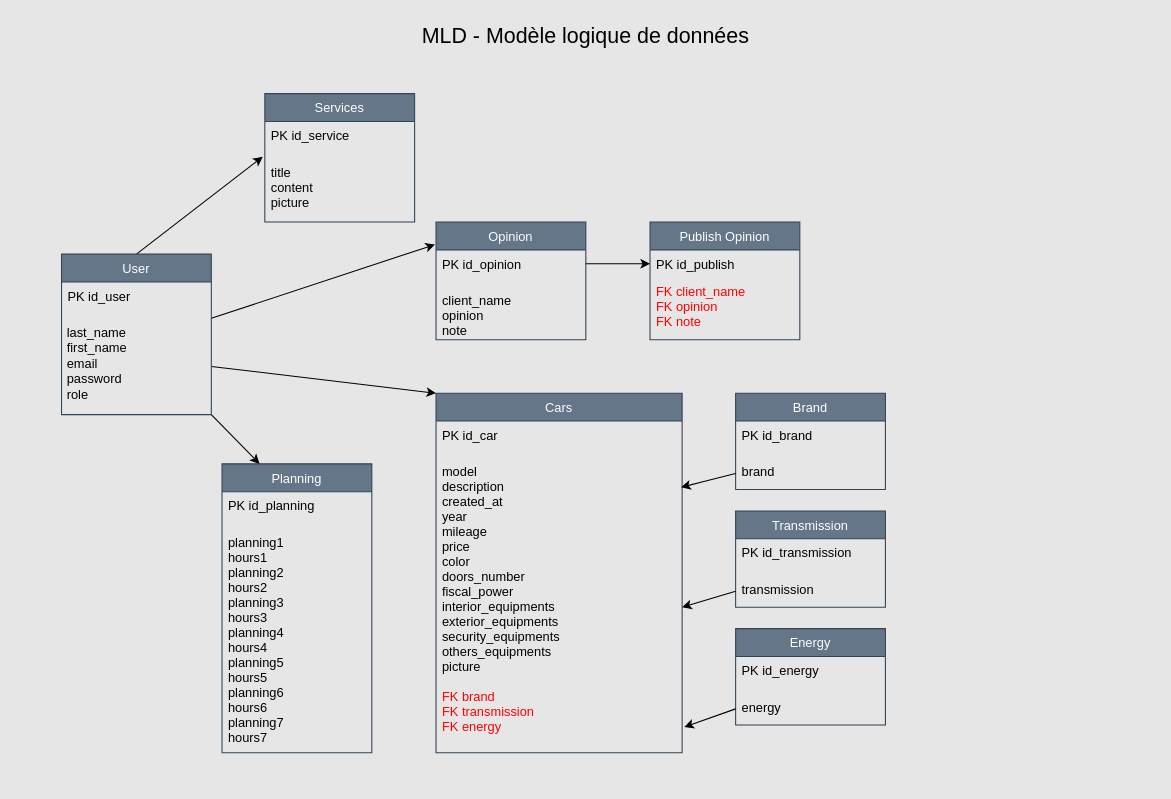
This is Diagrammes/MLD.drawio from Neeruam244/garageparrot, a draw.io file, before an edit. Source tidied: cells renumbered, new cells numbered last; positions are measured from the earlier drawing's top-left corner, leaving out a move shared by most shapes. Both pictures are drawn from the tidied source at 107%, with x=0, y=0 at pixel (18, 18).
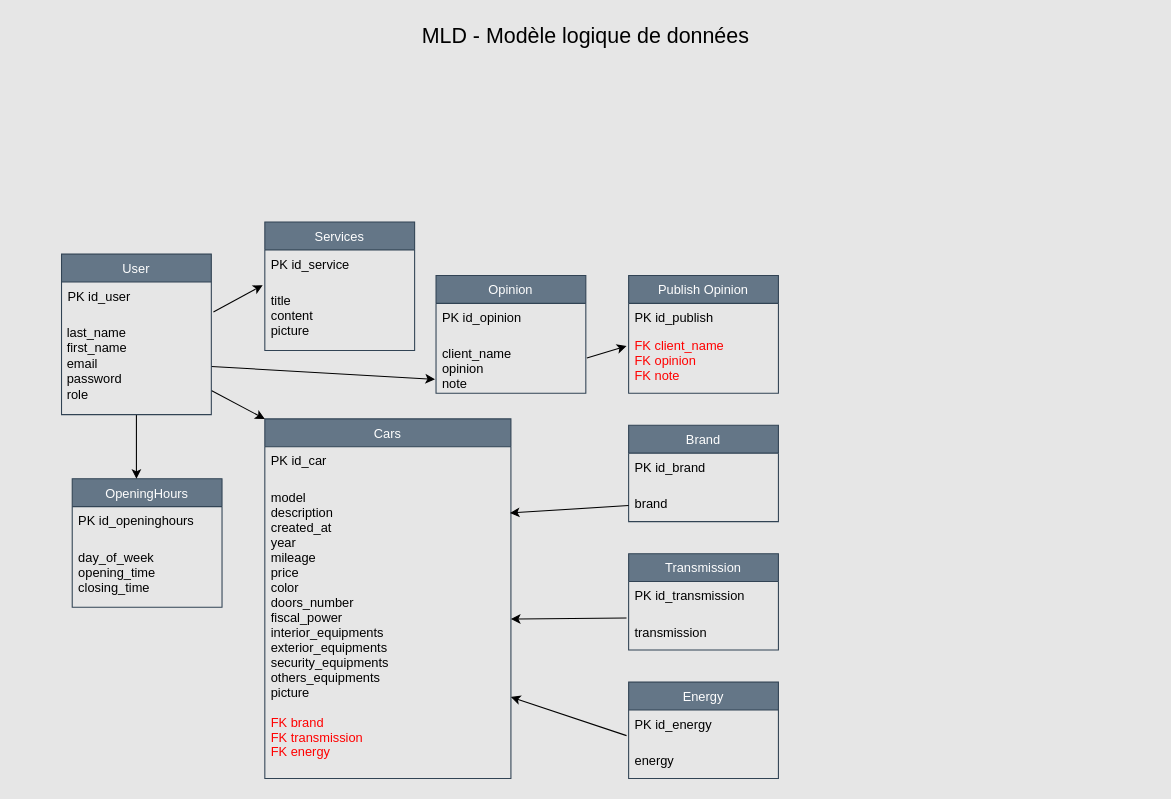
Above is the later version.

The change refers to these unchanged cells:
```xml
<mxCell id="4" value="title&#10;content &#10;picture " style="text;strokeColor=none;fillColor=none;align=left;verticalAlign=top;spacingLeft=4;spacingRight=4;overflow=hidden;points=[[0,0.5],[1,0.5]];portConstraint=eastwest;fontColor=#000000;" parent="2" vertex="1">
  <mxGeometry y="60" width="140" height="60" as="geometry" />
</mxCell>
<mxCell id="10" value="client_name &#10;opinion&#10;note" style="text;strokeColor=none;fillColor=none;align=left;verticalAlign=top;spacingLeft=4;spacingRight=4;overflow=hidden;points=[[0,0.5],[1,0.5]];portConstraint=eastwest;fontColor=#000000;" parent="8" vertex="1">
  <mxGeometry y="60" width="140" height="50" as="geometry" />
</mxCell>
<mxCell id="13" value="model&#10;description&#10;created_at&#10;year&#10;mileage&#10;price&#10;color&#10;doors_number&#10;fiscal_power&#10;interior_equipments&#10;exterior_equipments&#10;security_equipments&#10;others_equipments&#10;picture" style="text;strokeColor=none;fillColor=none;align=left;verticalAlign=top;spacingLeft=4;spacingRight=4;overflow=hidden;points=[[0,0.5],[1,0.5]];portConstraint=eastwest;fontColor=#000000;" parent="11" vertex="1">
  <mxGeometry y="60" width="230" height="210" as="geometry" />
</mxCell>
<mxCell id="14" value="FK brand &#10;FK transmission&#10;FK energy" style="text;strokeColor=none;fillColor=none;align=left;verticalAlign=top;spacingLeft=4;spacingRight=4;overflow=hidden;points=[[0,0.5],[1,0.5]];portConstraint=eastwest;fontColor=#FF0000;" parent="11" vertex="1">
  <mxGeometry y="270" width="230" height="66" as="geometry" />
</mxCell>
<mxCell id="16" value="PK id_publish" style="text;strokeColor=none;fillColor=none;align=left;verticalAlign=top;spacingLeft=4;spacingRight=4;overflow=hidden;points=[[0,0.5],[1,0.5]];portConstraint=eastwest;fontColor=#000000;" parent="15" vertex="1">
  <mxGeometry y="26" width="140" height="26" as="geometry" />
</mxCell>
<mxCell id="17" value="FK client_name&#10;FK opinion&#10;FK note " style="text;strokeColor=none;fillColor=none;align=left;verticalAlign=top;spacingLeft=4;spacingRight=4;overflow=hidden;points=[[0,0.5],[1,0.5]];portConstraint=eastwest;fontColor=#FF0000;" parent="15" vertex="1">
  <mxGeometry y="52" width="140" height="58" as="geometry" />
</mxCell>
<mxCell id="24" value="User" style="swimlane;fontStyle=0;horizontal=1;startSize=26;fillColor=#647687;fontColor=#ffffff;strokeColor=#314354;" parent="1" vertex="1">
  <mxGeometry x="40" y="220" width="140" height="150" as="geometry" />
</mxCell>
<mxCell id="25" value="PK id_user " style="text;strokeColor=none;fillColor=none;align=left;verticalAlign=top;spacingLeft=4;spacingRight=4;overflow=hidden;points=[[0,0.5],[1,0.5]];portConstraint=eastwest;fontColor=#000000;" parent="24" vertex="1">
  <mxGeometry y="26" width="140" height="34" as="geometry" />
</mxCell>
<mxCell id="26" value="&lt;span style=&quot;color: rgb(0, 0, 0); font-family: Helvetica; font-size: 12px; font-style: normal; font-variant-ligatures: normal; font-variant-caps: normal; font-weight: 400; letter-spacing: normal; orphans: 2; text-align: left; text-indent: 0px; text-transform: none; widows: 2; word-spacing: 0px; -webkit-text-stroke-width: 0px; text-decoration-thickness: initial; text-decoration-style: initial; text-decoration-color: initial; float: none; display: inline !important;&quot;&gt;&amp;nbsp;last_name&lt;/span&gt;&lt;br style=&quot;border-color: rgb(0, 0, 0); padding: 0px; margin: 0px; color: rgb(0, 0, 0); font-family: Helvetica; font-size: 12px; font-style: normal; font-variant-ligatures: normal; font-variant-caps: normal; font-weight: 400; letter-spacing: normal; orphans: 2; text-align: left; text-indent: 0px; text-transform: none; widows: 2; word-spacing: 0px; -webkit-text-stroke-width: 0px; text-decoration-thickness: initial; text-decoration-style: initial; text-decoration-color: initial;&quot;&gt;&lt;span style=&quot;color: rgb(0, 0, 0); font-family: Helvetica; font-size: 12px; font-style: normal; font-variant-ligatures: normal; font-variant-caps: normal; font-weight: 400; letter-spacing: normal; orphans: 2; text-align: left; text-indent: 0px; text-transform: none; widows: 2; word-spacing: 0px; -webkit-text-stroke-width: 0px; text-decoration-thickness: initial; text-decoration-style: initial; text-decoration-color: initial; float: none; display: inline !important;&quot;&gt;&amp;nbsp;first_name&lt;/span&gt;&lt;br style=&quot;border-color: rgb(0, 0, 0); padding: 0px; margin: 0px; color: rgb(0, 0, 0); font-family: Helvetica; font-size: 12px; font-style: normal; font-variant-ligatures: normal; font-variant-caps: normal; font-weight: 400; letter-spacing: normal; orphans: 2; text-align: left; text-indent: 0px; text-transform: none; widows: 2; word-spacing: 0px; -webkit-text-stroke-width: 0px; text-decoration-thickness: initial; text-decoration-style: initial; text-decoration-color: initial;&quot;&gt;&lt;span style=&quot;color: rgb(0, 0, 0); font-family: Helvetica; font-size: 12px; font-style: normal; font-variant-ligatures: normal; font-variant-caps: normal; font-weight: 400; letter-spacing: normal; orphans: 2; text-align: left; text-indent: 0px; text-transform: none; widows: 2; word-spacing: 0px; -webkit-text-stroke-width: 0px; text-decoration-thickness: initial; text-decoration-style: initial; text-decoration-color: initial; float: none; display: inline !important;&quot;&gt;&amp;nbsp;email&amp;nbsp;&lt;/span&gt;&lt;br style=&quot;border-color: rgb(0, 0, 0); padding: 0px; margin: 0px; color: rgb(0, 0, 0); font-family: Helvetica; font-size: 12px; font-style: normal; font-variant-ligatures: normal; font-variant-caps: normal; font-weight: 400; letter-spacing: normal; orphans: 2; text-align: left; text-indent: 0px; text-transform: none; widows: 2; word-spacing: 0px; -webkit-text-stroke-width: 0px; text-decoration-thickness: initial; text-decoration-style: initial; text-decoration-color: initial;&quot;&gt;&lt;span style=&quot;color: rgb(0, 0, 0); font-family: Helvetica; font-size: 12px; font-style: normal; font-variant-ligatures: normal; font-variant-caps: normal; font-weight: 400; letter-spacing: normal; orphans: 2; text-align: left; text-indent: 0px; text-transform: none; widows: 2; word-spacing: 0px; -webkit-text-stroke-width: 0px; text-decoration-thickness: initial; text-decoration-style: initial; text-decoration-color: initial; float: none; display: inline !important;&quot;&gt;&amp;nbsp;password&amp;nbsp;&lt;/span&gt;&lt;br style=&quot;border-color: rgb(0, 0, 0); padding: 0px; margin: 0px; color: rgb(0, 0, 0); font-family: Helvetica; font-size: 12px; font-style: normal; font-variant-ligatures: normal; font-variant-caps: normal; font-weight: 400; letter-spacing: normal; orphans: 2; text-align: left; text-indent: 0px; text-transform: none; widows: 2; word-spacing: 0px; -webkit-text-stroke-width: 0px; text-decoration-thickness: initial; text-decoration-style: initial; text-decoration-color: initial;&quot;&gt;&lt;span style=&quot;color: rgb(0, 0, 0); font-family: Helvetica; font-size: 12px; font-style: normal; font-variant-ligatures: normal; font-variant-caps: normal; font-weight: 400; letter-spacing: normal; orphans: 2; text-align: left; text-indent: 0px; text-transform: none; widows: 2; word-spacing: 0px; -webkit-text-stroke-width: 0px; text-decoration-thickness: initial; text-decoration-style: initial; text-decoration-color: initial; float: none; display: inline !important;&quot;&gt;&amp;nbsp;role&amp;nbsp;&lt;/span&gt;" style="text;whiteSpace=wrap;html=1;" parent="24" vertex="1">
  <mxGeometry y="60" width="140" height="90" as="geometry" />
</mxCell>
<mxCell id="29" value="brand" style="text;strokeColor=none;fillColor=none;align=left;verticalAlign=top;spacingLeft=4;spacingRight=4;overflow=hidden;points=[[0,0.5],[1,0.5]];portConstraint=eastwest;fontColor=#000000;" parent="27" vertex="1">
  <mxGeometry y="60" width="140" height="30" as="geometry" />
</mxCell>
<mxCell id="32" value="transmission" style="text;strokeColor=none;fillColor=none;align=left;verticalAlign=top;spacingLeft=4;spacingRight=4;overflow=hidden;points=[[0,0.5],[1,0.5]];portConstraint=eastwest;fontColor=#000000;" parent="30" vertex="1">
  <mxGeometry y="60" width="140" height="30" as="geometry" />
</mxCell>
<mxCell id="34" value="PK id_energy" style="text;strokeColor=none;fillColor=none;align=left;verticalAlign=top;spacingLeft=4;spacingRight=4;overflow=hidden;points=[[0,0.5],[1,0.5]];portConstraint=eastwest;fontColor=#000000;" parent="33" vertex="1">
  <mxGeometry y="26" width="140" height="34" as="geometry" />
</mxCell>
<mxCell id="35" value="energy" style="text;strokeColor=none;fillColor=none;align=left;verticalAlign=top;spacingLeft=4;spacingRight=4;overflow=hidden;points=[[0,0.5],[1,0.5]];portConstraint=eastwest;fontColor=#000000;" parent="33" vertex="1">
  <mxGeometry y="60" width="140" height="30" as="geometry" />
</mxCell>
```

What changed in the source:
```diff
@@
     <mxCell id="2" value="Services" style="swimlane;fontStyle=0;horizontal=1;startSize=26;fillColor=#647687;fontColor=#ffffff;strokeColor=#314354;" parent="1" vertex="1">
-      <mxGeometry x="230" y="70" width="140" height="120" as="geometry" />
+      <mxGeometry x="230" y="190" width="140" height="120" as="geometry" />
     </mxCell>
@@
-    <mxCell id="5" value="Planning" style="swimlane;fontStyle=0;horizontal=1;startSize=26;fillColor=#647687;fontColor=#ffffff;strokeColor=#314354;" parent="1" vertex="1">
-      <mxGeometry x="190" y="416" width="140" height="270" as="geometry" />
+    <mxCell id="5" value="OpeningHours" style="swimlane;fontStyle=0;horizontal=1;startSize=26;fillColor=#647687;fontColor=#ffffff;strokeColor=#314354;" parent="1" vertex="1">
+      <mxGeometry x="50" y="430" width="140" height="120" as="geometry" />
     </mxCell>
-    <mxCell id="6" value="PK id_planning " style="text;strokeColor=none;fillColor=none;align=left;verticalAlign=top;spacingLeft=4;spacingRight=4;overflow=hidden;fontColor=#000000;" parent="5" vertex="1">
+    <mxCell id="6" value="PK id_openinghours" style="text;strokeColor=none;fillColor=none;align=left;verticalAlign=top;spacingLeft=4;spacingRight=4;overflow=hidden;fontColor=#000000;" parent="5" vertex="1">
       <mxGeometry y="26" width="140" height="34" as="geometry" />
     </mxCell>
-    <mxCell id="7" value="planning1 &#10;hours1 &#10;planning2 &#10;hours2 &#10;planning3 &#10;hours3&#10;planning4 &#10;hours4 &#10;planning5 &#10;hours5 &#10;planning6 &#10;hours6&#10;planning7 &#10;hours7 " style="text;strokeColor=none;fillColor=none;align=left;verticalAlign=top;spacingLeft=4;spacingRight=4;overflow=hidden;fontColor=#000000;" parent="5" vertex="1">
-      <mxGeometry y="60" width="140" height="210" as="geometry" />
+    <mxCell id="7" value="day_of_week&#10;opening_time&#10;closing_time" style="text;strokeColor=none;fillColor=none;align=left;verticalAlign=top;spacingLeft=4;spacingRight=4;overflow=hidden;fontColor=#000000;" parent="5" vertex="1">
+      <mxGeometry y="60" width="140" height="60" as="geometry" />
     </mxCell>
     <mxCell id="8" value="Opinion" style="swimlane;fontStyle=0;horizontal=1;startSize=26;fillColor=#647687;fontColor=#ffffff;strokeColor=#314354;" parent="1" vertex="1">
-      <mxGeometry x="390" y="190" width="140" height="110" as="geometry" />
+      <mxGeometry x="390" y="240" width="140" height="110" as="geometry" />
     </mxCell>
@@
     <mxCell id="11" value="Cars" style="swimlane;fontStyle=0;horizontal=1;startSize=26;fillColor=#647687;fontColor=#ffffff;strokeColor=#314354;" parent="1" vertex="1">
-      <mxGeometry x="390" y="350" width="230" height="336" as="geometry" />
+      <mxGeometry x="230" y="374" width="230" height="336" as="geometry" />
     </mxCell>
@@
     <mxCell id="15" value="Publish Opinion" style="swimlane;fontStyle=0;horizontal=1;startSize=26;fillColor=#647687;fontColor=#ffffff;strokeColor=#314354;" parent="1" vertex="1">
-      <mxGeometry x="590" y="190" width="140" height="110" as="geometry" />
+      <mxGeometry x="570" y="240" width="140" height="110" as="geometry" />
     </mxCell>
@@
-    <mxCell id="18" style="endArrow=classic;html=1;fontColor=#FF0000;entryX=-0.014;entryY=-0.017;entryDx=0;entryDy=0;entryPerimeter=0;strokeColor=#000000;exitX=0.5;exitY=0;exitDx=0;exitDy=0;" parent="1" edge="1" source="24" target="4">
+    <mxCell id="18" style="endArrow=classic;html=1;fontColor=#FF0000;entryX=-0.014;entryY=-0.017;entryDx=0;entryDy=0;entryPerimeter=0;strokeColor=#000000;exitX=1.014;exitY=0.824;exitDx=0;exitDy=0;exitPerimeter=0;" parent="1" edge="1" source="25" target="4">
       <mxGeometry relative="1" as="geometry" />
     </mxCell>
-    <mxCell id="19" style="endArrow=classic;html=1;strokeColor=#000000;fontColor=#FF0000;entryX=0.25;entryY=0;entryDx=0;entryDy=0;exitX=1;exitY=1;exitDx=0;exitDy=0;" parent="1" edge="1" source="26" target="5">
-      <mxGeometry relative="1" as="geometry" />
+    <mxCell id="19" style="endArrow=classic;html=1;strokeColor=#000000;fontColor=#FF0000;exitX=0.5;exitY=1;exitDx=0;exitDy=0;" parent="1" edge="1" source="26">
+      <mxGeometry relative="1" as="geometry">
+        <mxPoint x="110" y="430" as="targetPoint" />
+        <Array as="points">
+          <mxPoint x="110" y="400" />
+        </Array>
+      </mxGeometry>
     </mxCell>
-    <mxCell id="20" style="endArrow=classic;html=1;strokeColor=#000000;fontColor=#FF0000;entryX=-0.007;entryY=0.191;entryDx=0;entryDy=0;entryPerimeter=0;exitX=1;exitY=0;exitDx=0;exitDy=0;" parent="1" edge="1" source="26" target="8">
+    <mxCell id="20" style="endArrow=classic;html=1;strokeColor=#000000;fontColor=#FF0000;entryX=-0.007;entryY=0.74;entryDx=0;entryDy=0;exitX=1;exitY=0.5;exitDx=0;exitDy=0;entryPerimeter=0;" parent="1" edge="1" source="26" target="10">
       <mxGeometry relative="1" as="geometry" />
     </mxCell>
-    <mxCell id="21" style="endArrow=classic;html=1;strokeColor=#000000;fontColor=#FF0000;entryX=0;entryY=0;entryDx=0;entryDy=0;exitX=1;exitY=0.5;exitDx=0;exitDy=0;" parent="1" edge="1" source="26" target="11">
+    <mxCell id="21" style="endArrow=classic;html=1;strokeColor=#000000;fontColor=#FF0000;entryX=0;entryY=0;entryDx=0;entryDy=0;exitX=1;exitY=0.75;exitDx=0;exitDy=0;" parent="1" edge="1" source="26" target="11">
       <mxGeometry relative="1" as="geometry" />
     </mxCell>
-    <mxCell id="22" style="endArrow=classic;html=1;strokeColor=#000000;fontColor=#FF0000;entryX=0;entryY=0.5;entryDx=0;entryDy=0;" parent="1" edge="1" target="16">
-      <mxGeometry relative="1" as="geometry">
-        <mxPoint x="530" y="229" as="sourcePoint" />
-      </mxGeometry>
+    <mxCell id="22" style="endArrow=classic;html=1;strokeColor=#000000;fontColor=#FF0000;entryX=-0.014;entryY=0.241;entryDx=0;entryDy=0;exitX=1.007;exitY=0.34;exitDx=0;exitDy=0;exitPerimeter=0;entryPerimeter=0;" parent="1" edge="1" source="10" target="17">
+      <mxGeometry relative="1" as="geometry" />
     </mxCell>
@@
     <mxCell id="27" value="Brand" style="swimlane;fontStyle=0;horizontal=1;startSize=26;fillColor=#647687;fontColor=#ffffff;strokeColor=#314354;" parent="1" vertex="1">
-      <mxGeometry x="670" y="350" width="140" height="90" as="geometry" />
+      <mxGeometry x="570" y="380" width="140" height="90" as="geometry" />
     </mxCell>
@@
     <mxCell id="30" value="Transmission" style="swimlane;fontStyle=0;horizontal=1;startSize=26;fillColor=#647687;fontColor=#ffffff;strokeColor=#314354;" parent="1" vertex="1">
-      <mxGeometry x="670" y="460" width="140" height="90" as="geometry" />
+      <mxGeometry x="570" y="500" width="140" height="90" as="geometry" />
     </mxCell>
@@
     <mxCell id="33" value="Energy" style="swimlane;fontStyle=0;horizontal=1;startSize=26;fillColor=#647687;fontColor=#ffffff;strokeColor=#314354;" parent="1" vertex="1">
-      <mxGeometry x="670" y="570" width="140" height="90" as="geometry" />
+      <mxGeometry x="570" y="620" width="140" height="90" as="geometry" />
     </mxCell>
@@
     <mxCell id="36" style="endArrow=classic;html=1;strokeColor=#000000;fontColor=#FF0000;entryX=0.996;entryY=0.133;entryDx=0;entryDy=0;exitX=0;exitY=0.5;exitDx=0;exitDy=0;entryPerimeter=0;" parent="1" edge="1" source="29" target="13">
-      <mxGeometry relative="1" as="geometry">
-        <Array as="points">
-          <mxPoint x="650" y="430" />
-        </Array>
-      </mxGeometry>
+      <mxGeometry relative="1" as="geometry" />
     </mxCell>
-    <mxCell id="37" style="endArrow=classic;html=1;strokeColor=#000000;fontColor=#FF0000;entryX=1;entryY=0.667;entryDx=0;entryDy=0;exitX=0;exitY=0.5;exitDx=0;exitDy=0;entryPerimeter=0;" parent="1" edge="1" source="32" target="13">
+    <mxCell id="37" style="endArrow=classic;html=1;strokeColor=#000000;fontColor=#FF0000;entryX=1;entryY=0.605;entryDx=0;entryDy=0;exitX=-0.014;exitY=0;exitDx=0;exitDy=0;entryPerimeter=0;exitPerimeter=0;" parent="1" edge="1" source="32" target="13">
       <mxGeometry relative="1" as="geometry" />
     </mxCell>
-    <mxCell id="38" style="endArrow=classic;html=1;strokeColor=#000000;fontColor=#FF0000;entryX=1.009;entryY=0.636;entryDx=0;entryDy=0;exitX=0;exitY=0.5;exitDx=0;exitDy=0;entryPerimeter=0;" parent="1" edge="1" source="35" target="14">
+    <mxCell id="38" style="endArrow=classic;html=1;strokeColor=#000000;fontColor=#FF0000;exitX=-0.014;exitY=0.706;exitDx=0;exitDy=0;exitPerimeter=0;entryX=1;entryY=0.952;entryDx=0;entryDy=0;entryPerimeter=0;" parent="1" edge="1" source="34" target="13">
       <mxGeometry relative="1" as="geometry" />
     </mxCell>
```
